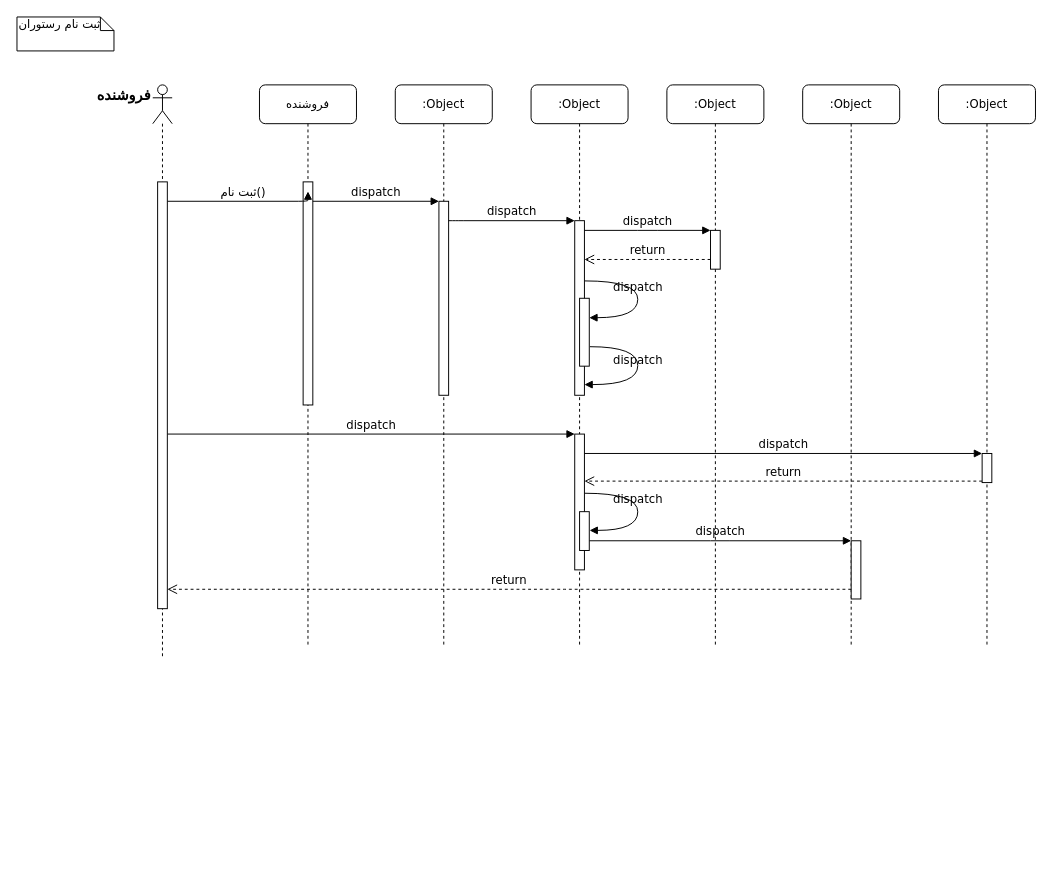
khoramian/TahDig_SoftwareEngineering keeps this draw.io diagram as seller_signup.drawio. Above is the earlier version. Source tidied: cells renumbered, new cells numbered last; positions are measured from the earlier drawing's top-left corner, leaving out a move shared by most shapes. Both pictures are drawn from the tidied source at 97%, with x=0, y=0 at pixel (16, 16).
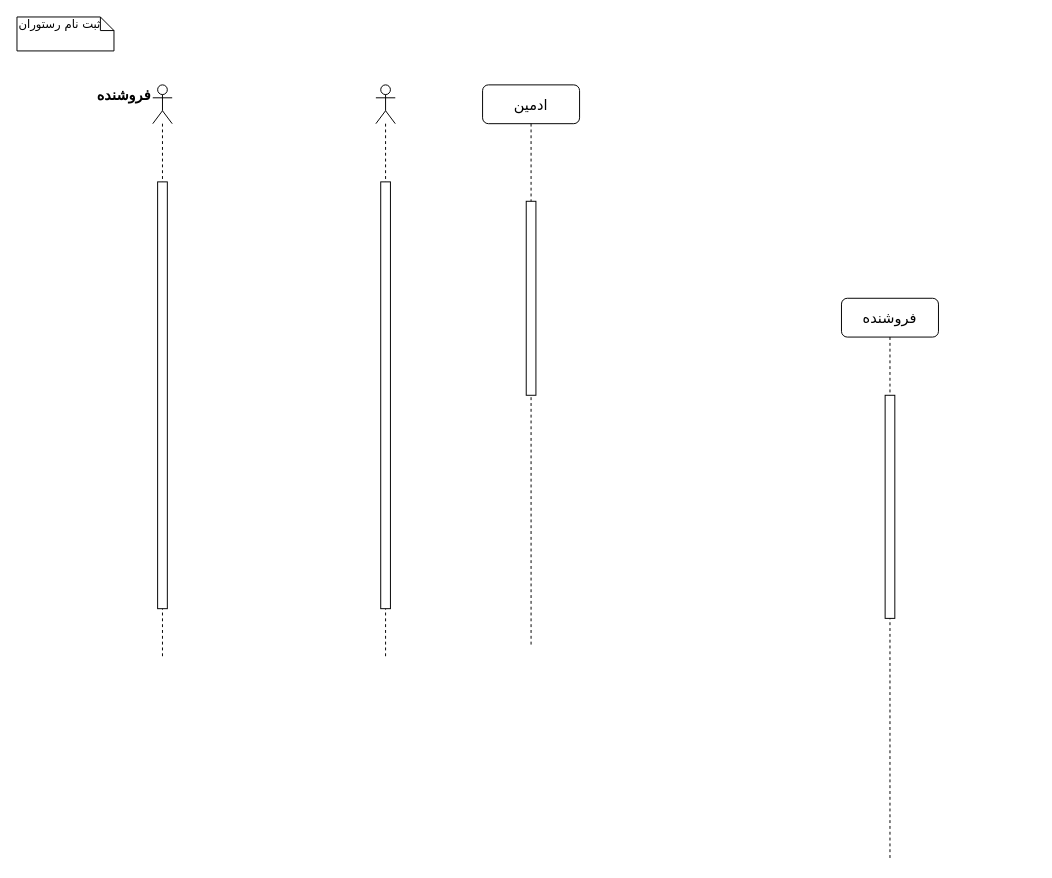
After the change.

Unchanged cells that the change refers to:
```xml
<mxCell id="3" style="html=1;points=[];perimeter=orthogonalPerimeter;rounded=0;shadow=0;comic=0;labelBackgroundColor=none;strokeWidth=1;fontFamily=Verdana;fontSize=12;align=center;" parent="2" vertex="1">
  <mxGeometry x="45" y="100" width="10" height="230" as="geometry" />
</mxCell>
<mxCell id="5" style="html=1;points=[];perimeter=orthogonalPerimeter;rounded=0;shadow=0;comic=0;labelBackgroundColor=none;strokeWidth=1;fontFamily=Verdana;fontSize=12;align=center;" parent="4" vertex="1">
  <mxGeometry x="45" y="120" width="10" height="200" as="geometry" />
</mxCell>
<mxCell id="32" style="html=1;points=[];perimeter=orthogonalPerimeter;rounded=0;shadow=0;comic=0;labelBackgroundColor=none;strokeWidth=1;fontFamily=Verdana;fontSize=12;align=center;" parent="1" vertex="1">
  <mxGeometry x="145" y="170" width="10" height="440" as="geometry" />
</mxCell>
```

Change to the diagram source:
```diff
@@
-    <mxCell id="2" value="فروشنده" style="shape=umlLifeline;perimeter=lifelinePerimeter;whiteSpace=wrap;html=1;rounded=1;shadow=0;comic=0;labelBackgroundColor=none;strokeWidth=1;fontFamily=Verdana;fontSize=12;align=center;" parent="1" vertex="1">
-      <mxGeometry x="250" y="70" width="100" height="580" as="geometry" />
+    <mxCell id="2" value="&lt;font style=&quot;font-size: 15px&quot;&gt;فروشنده&lt;/font&gt;" style="shape=umlLifeline;perimeter=lifelinePerimeter;whiteSpace=wrap;html=1;rounded=1;shadow=0;comic=0;labelBackgroundColor=none;strokeWidth=1;fontFamily=Verdana;fontSize=12;align=center;" parent="1" vertex="1">
+      <mxGeometry x="850" y="290" width="100" height="580" as="geometry" />
     </mxCell>
@@
-    <mxCell id="4" value=":Object" style="shape=umlLifeline;perimeter=lifelinePerimeter;whiteSpace=wrap;html=1;rounded=1;shadow=0;comic=0;labelBackgroundColor=none;strokeWidth=1;fontFamily=Verdana;fontSize=12;align=center;" parent="1" vertex="1">
-      <mxGeometry x="390" y="70" width="100" height="580" as="geometry" />
+    <mxCell id="4" value="&lt;font style=&quot;font-size: 15px&quot;&gt;ادمین&lt;/font&gt;" style="shape=umlLifeline;perimeter=lifelinePerimeter;whiteSpace=wrap;html=1;rounded=1;shadow=0;comic=0;labelBackgroundColor=none;strokeWidth=1;fontFamily=Verdana;fontSize=12;align=center;" parent="1" vertex="1">
+      <mxGeometry x="480" y="70" width="100" height="580" as="geometry" />
     </mxCell>
@@
-    <mxCell id="6" value=":Object" style="shape=umlLifeline;perimeter=lifelinePerimeter;whiteSpace=wrap;html=1;rounded=1;shadow=0;comic=0;labelBackgroundColor=none;strokeWidth=1;fontFamily=Verdana;fontSize=12;align=center;" parent="1" vertex="1">
-      <mxGeometry x="530" y="70" width="100" height="580" as="geometry" />
-    </mxCell>
-    <mxCell id="7" value=":Object" style="shape=umlLifeline;perimeter=lifelinePerimeter;whiteSpace=wrap;html=1;rounded=1;shadow=0;comic=0;labelBackgroundColor=none;strokeWidth=1;fontFamily=Verdana;fontSize=12;align=center;" parent="1" vertex="1">
-      <mxGeometry x="670" y="70" width="100" height="580" as="geometry" />
-    </mxCell>
-    <mxCell id="8" value=":Object" style="shape=umlLifeline;perimeter=lifelinePerimeter;whiteSpace=wrap;html=1;rounded=1;shadow=0;comic=0;labelBackgroundColor=none;strokeWidth=1;fontFamily=Verdana;fontSize=12;align=center;" parent="1" vertex="1">
-      <mxGeometry x="810" y="70" width="100" height="580" as="geometry" />
-    </mxCell>
-    <mxCell id="9" value=":Object" style="shape=umlLifeline;perimeter=lifelinePerimeter;whiteSpace=wrap;html=1;rounded=1;shadow=0;comic=0;labelBackgroundColor=none;strokeWidth=1;fontFamily=Verdana;fontSize=12;align=center;" parent="1" vertex="1">
-      <mxGeometry x="950" y="70" width="100" height="580" as="geometry" />
-    </mxCell>
-    <mxCell id="10" style="html=1;points=[];perimeter=orthogonalPerimeter;rounded=0;shadow=0;comic=0;labelBackgroundColor=none;strokeWidth=1;fontFamily=Verdana;fontSize=12;align=center;" parent="1" vertex="1">
-      <mxGeometry x="575" y="210" width="10" height="180" as="geometry" />
-    </mxCell>
-    <mxCell id="11" value="dispatch" style="html=1;verticalAlign=bottom;endArrow=block;labelBackgroundColor=none;fontFamily=Verdana;fontSize=12;edgeStyle=elbowEdgeStyle;elbow=vertical;" parent="1" edge="1" source="5" target="10">
-      <mxGeometry relative="1" as="geometry">
-        <Array as="points">
-          <mxPoint x="450" y="210" />
-        </Array>
-      </mxGeometry>
-    </mxCell>
-    <mxCell id="12" style="html=1;points=[];perimeter=orthogonalPerimeter;rounded=0;shadow=0;comic=0;labelBackgroundColor=none;strokeWidth=1;fontFamily=Verdana;fontSize=12;align=center;" parent="1" vertex="1">
-      <mxGeometry x="715" y="220" width="10" height="40" as="geometry" />
-    </mxCell>
-    <mxCell id="13" value="dispatch" style="html=1;verticalAlign=bottom;endArrow=block;entryX=0;entryY=0;labelBackgroundColor=none;fontFamily=Verdana;fontSize=12;edgeStyle=elbowEdgeStyle;elbow=vertical;" parent="1" edge="1" source="10" target="12">
-      <mxGeometry relative="1" as="geometry" />
-    </mxCell>
-    <mxCell id="14" value="return" style="html=1;verticalAlign=bottom;endArrow=open;dashed=1;endSize=8;labelBackgroundColor=none;fontFamily=Verdana;fontSize=12;edgeStyle=elbowEdgeStyle;elbow=vertical;" parent="1" edge="1" source="12" target="10">
-      <mxGeometry relative="1" as="geometry">
-        <Array as="points">
-          <mxPoint x="660" y="250" />
-          <mxPoint x="690" y="250" />
-        </Array>
-      </mxGeometry>
-    </mxCell>
-    <mxCell id="15" style="html=1;points=[];perimeter=orthogonalPerimeter;rounded=0;shadow=0;comic=0;labelBackgroundColor=none;strokeWidth=1;fontFamily=Verdana;fontSize=12;align=center;" parent="1" vertex="1">
-      <mxGeometry x="575" y="430" width="10" height="140" as="geometry" />
-    </mxCell>
-    <mxCell id="16" value="dispatch" style="html=1;verticalAlign=bottom;endArrow=block;entryX=0;entryY=0;labelBackgroundColor=none;fontFamily=Verdana;fontSize=12;" parent="1" edge="1" source="32" target="15">
-      <mxGeometry relative="1" as="geometry" />
-    </mxCell>
-    <mxCell id="17" style="html=1;points=[];perimeter=orthogonalPerimeter;rounded=0;shadow=0;comic=0;labelBackgroundColor=none;strokeColor=#000000;strokeWidth=1;fillColor=#FFFFFF;fontFamily=Verdana;fontSize=12;fontColor=#000000;align=center;" parent="1" vertex="1">
-      <mxGeometry x="995" y="450" width="10" height="30" as="geometry" />
-    </mxCell>
-    <mxCell id="18" value="dispatch" style="html=1;verticalAlign=bottom;endArrow=block;entryX=0;entryY=0;labelBackgroundColor=none;fontFamily=Verdana;fontSize=12;" parent="1" edge="1" source="15" target="17">
-      <mxGeometry relative="1" as="geometry" />
-    </mxCell>
-    <mxCell id="19" value="return" style="html=1;verticalAlign=bottom;endArrow=open;dashed=1;endSize=8;exitX=0;exitY=0.95;labelBackgroundColor=none;fontFamily=Verdana;fontSize=12;" parent="1" edge="1" source="17" target="15">
-      <mxGeometry relative="1" as="geometry" />
-    </mxCell>
-    <mxCell id="20" style="html=1;points=[];perimeter=orthogonalPerimeter;rounded=0;shadow=0;comic=0;labelBackgroundColor=none;strokeWidth=1;fontFamily=Verdana;fontSize=12;align=center;" parent="1" vertex="1">
-      <mxGeometry x="860" y="540" width="10" height="60" as="geometry" />
-    </mxCell>
-    <mxCell id="21" value="dispatch" style="html=1;verticalAlign=bottom;endArrow=block;entryX=0;entryY=0;labelBackgroundColor=none;fontFamily=Verdana;fontSize=12;edgeStyle=elbowEdgeStyle;elbow=vertical;" parent="1" edge="1" source="28" target="20">
-      <mxGeometry relative="1" as="geometry" />
-    </mxCell>
-    <mxCell id="22" value="return" style="html=1;verticalAlign=bottom;endArrow=open;dashed=1;endSize=8;labelBackgroundColor=none;fontFamily=Verdana;fontSize=12;edgeStyle=elbowEdgeStyle;elbow=vertical;" parent="1" edge="1" source="20" target="32">
-      <mxGeometry relative="1" as="geometry">
-        <Array as="points">
-          <mxPoint x="560" y="590" />
-        </Array>
-      </mxGeometry>
-    </mxCell>
-    <mxCell id="23" value="ثبت نام()" style="html=1;verticalAlign=bottom;endArrow=block;entryX=0.5;entryY=0.043;labelBackgroundColor=none;fontFamily=Verdana;fontSize=12;edgeStyle=elbowEdgeStyle;elbow=vertical;entryDx=0;entryDy=0;entryPerimeter=0;" parent="1" edge="1" source="32" target="3">
-      <mxGeometry relative="1" as="geometry">
-        <Array as="points">
-          <mxPoint x="230" y="190" />
-          <mxPoint x="250" y="190" />
-        </Array>
-      </mxGeometry>
-    </mxCell>
-    <mxCell id="24" value="dispatch" style="html=1;verticalAlign=bottom;endArrow=block;entryX=0;entryY=0;labelBackgroundColor=none;fontFamily=Verdana;fontSize=12;edgeStyle=elbowEdgeStyle;elbow=vertical;" parent="1" edge="1" source="3" target="5">
-      <mxGeometry relative="1" as="geometry" />
-    </mxCell>
-    <mxCell id="25" style="html=1;points=[];perimeter=orthogonalPerimeter;rounded=0;shadow=0;comic=0;labelBackgroundColor=none;strokeWidth=1;fontFamily=Verdana;fontSize=12;align=center;" parent="1" vertex="1">
-      <mxGeometry x="580" y="290" width="10" height="70" as="geometry" />
-    </mxCell>
-    <mxCell id="26" value="dispatch" style="html=1;verticalAlign=bottom;endArrow=block;labelBackgroundColor=none;fontFamily=Verdana;fontSize=12;elbow=vertical;edgeStyle=orthogonalEdgeStyle;curved=1;entryX=1;entryY=0.286;entryPerimeter=0;exitX=1.038;exitY=0.345;exitPerimeter=0;" parent="1" edge="1" source="10" target="25">
-      <mxGeometry relative="1" as="geometry">
-        <Array as="points">
-          <mxPoint x="640" y="272" />
-          <mxPoint x="640" y="310" />
-        </Array>
-      </mxGeometry>
-    </mxCell>
-    <mxCell id="27" value="dispatch" style="html=1;verticalAlign=bottom;endArrow=block;labelBackgroundColor=none;fontFamily=Verdana;fontSize=12;elbow=vertical;edgeStyle=orthogonalEdgeStyle;curved=1;exitX=1.066;exitY=0.713;exitPerimeter=0;" parent="1" edge="1" source="25">
-      <mxGeometry relative="1" as="geometry">
-        <mxPoint x="585" y="379" as="targetPoint" />
-        <Array as="points">
-          <mxPoint x="640" y="340" />
-          <mxPoint x="640" y="379" />
-        </Array>
-      </mxGeometry>
-    </mxCell>
-    <mxCell id="28" style="html=1;points=[];perimeter=orthogonalPerimeter;rounded=0;shadow=0;comic=0;labelBackgroundColor=none;strokeWidth=1;fontFamily=Verdana;fontSize=12;align=center;" parent="1" vertex="1">
-      <mxGeometry x="580" y="510" width="10" height="40" as="geometry" />
-    </mxCell>
-    <mxCell id="29" value="dispatch" style="html=1;verticalAlign=bottom;endArrow=block;labelBackgroundColor=none;fontFamily=Verdana;fontSize=12;elbow=vertical;edgeStyle=orthogonalEdgeStyle;curved=1;entryX=1;entryY=0.286;entryPerimeter=0;exitX=1.038;exitY=0.345;exitPerimeter=0;" parent="1" edge="1">
-      <mxGeometry relative="1" as="geometry">
-        <mxPoint x="585.3" y="491" as="sourcePoint" />
-        <mxPoint x="590.3" y="529.3" as="targetPoint" />
-        <Array as="points">
-          <mxPoint x="640" y="491" />
-          <mxPoint x="640" y="529" />
-        </Array>
-      </mxGeometry>
-    </mxCell>
@@
+    <mxCell id="34" style="shape=umlLifeline;participant=umlActor;perimeter=lifelinePerimeter;whiteSpace=wrap;html=1;verticalAlign=top;spacingTop=36;" parent="1" vertex="1">
+      <mxGeometry x="370" y="70" width="20" height="590" as="geometry" />
+    </mxCell>
+    <mxCell id="35" style="html=1;perimeter=orthogonalPerimeter;rounded=0;shadow=0;comic=0;labelBackgroundColor=none;strokeWidth=1;fontFamily=Verdana;fontSize=12;align=center;" parent="34" vertex="1">
+      <mxGeometry x="5" y="100" width="10" height="440" as="geometry" />
+    </mxCell>
```
